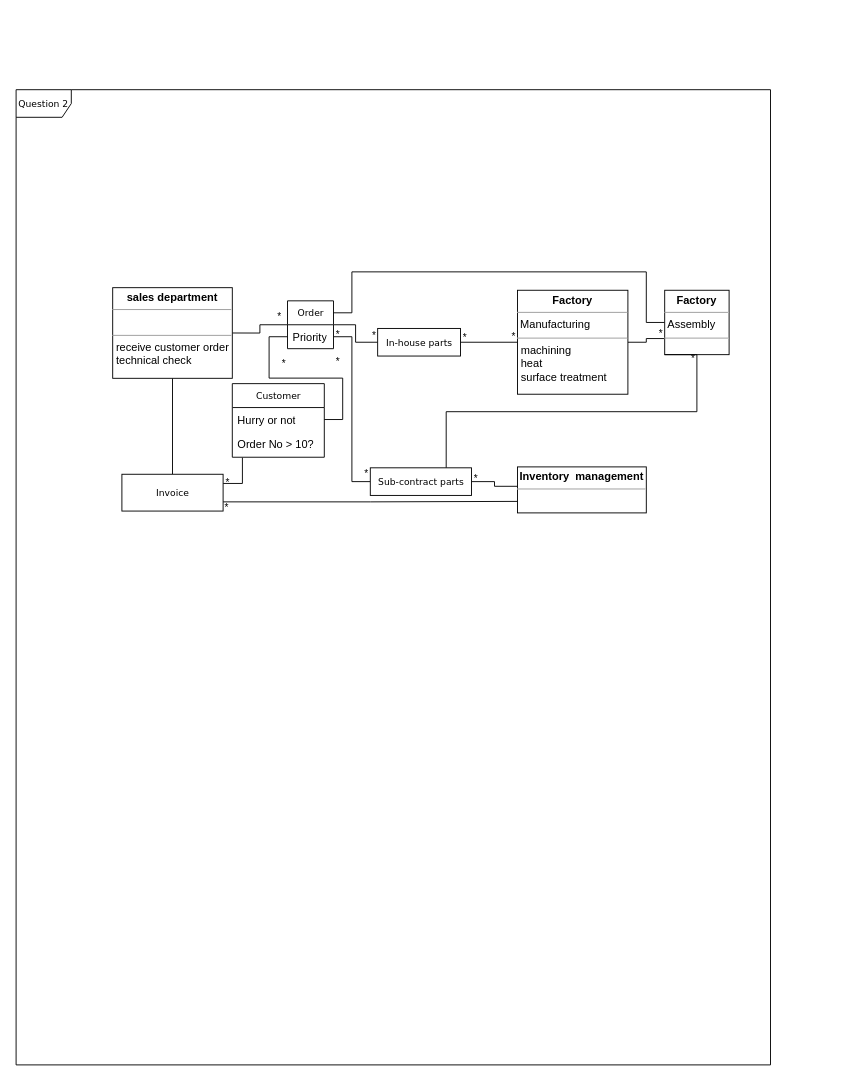
Above: UML_practice.drawio in lemonci/CS464 (draw.io), before the change. Source tidied: cells renumbered, new cells numbered last; positions are measured from the earlier drawing's top-left corner, leaving out a move shared by most shapes. Both pictures are drawn from the tidied source at 92%, with x=0, y=0 at pixel (16, 89).
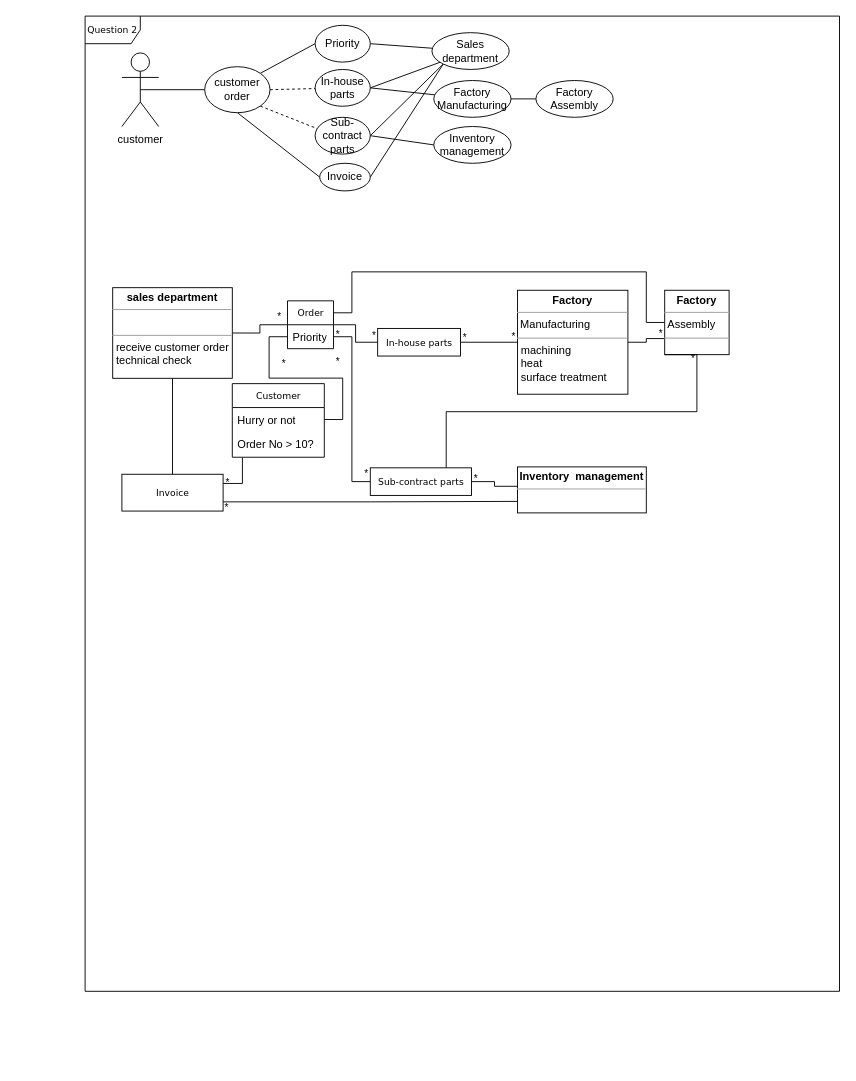
Above is the later version.

Diff of the diagram source:
```diff
@@
     <mxCell id="2" value="Question 2" style="shape=umlFrame;whiteSpace=wrap;html=1;rounded=0;shadow=0;comic=0;labelBackgroundColor=none;strokeWidth=1;fontFamily=Verdana;fontSize=10;align=center;" parent="1" vertex="1">
-      <mxGeometry width="820" height="1060" as="geometry" />
+      <mxGeometry x="75" y="-80" width="820" height="1060" as="geometry" />
     </mxCell>
@@
+    <mxCell id="40" style="edgeStyle=orthogonalEdgeStyle;rounded=0;jettySize=auto;html=1;exitX=0.5;exitY=0.5;exitDx=0;exitDy=0;exitPerimeter=0;endArrow=none;endFill=0;" parent="1" edge="1" source="41" target="46">
+      <mxGeometry relative="1" as="geometry" />
+    </mxCell>
+    <mxCell id="41" value="customer" style="shape=umlActor;verticalLabelPosition=bottom;verticalAlign=top;html=1;outlineConnect=0;" parent="1" vertex="1">
+      <mxGeometry x="115" y="-40" width="40" height="80" as="geometry" />
+    </mxCell>
+    <mxCell id="42" style="edgeStyle=none;rounded=0;jettySize=auto;html=1;exitX=1;exitY=0.5;exitDx=0;exitDy=0;dashed=1;endArrow=none;endFill=0;" parent="1" edge="1" source="46" target="51">
+      <mxGeometry relative="1" as="geometry" />
+    </mxCell>
+    <mxCell id="43" style="edgeStyle=none;rounded=0;jettySize=auto;html=1;exitX=1;exitY=1;exitDx=0;exitDy=0;entryX=0.067;entryY=0.325;entryDx=0;entryDy=0;entryPerimeter=0;dashed=1;endArrow=none;endFill=0;" parent="1" edge="1" source="46" target="54">
+      <mxGeometry relative="1" as="geometry" />
+    </mxCell>
+    <mxCell id="44" style="edgeStyle=none;rounded=0;jettySize=auto;html=1;exitX=1;exitY=0;exitDx=0;exitDy=0;entryX=0;entryY=0.5;entryDx=0;entryDy=0;endArrow=none;endFill=0;" parent="1" edge="1" source="46" target="48">
+      <mxGeometry relative="1" as="geometry" />
+    </mxCell>
+    <mxCell id="45" style="edgeStyle=none;rounded=0;jettySize=auto;html=1;exitX=0.5;exitY=1;exitDx=0;exitDy=0;entryX=0;entryY=0.5;entryDx=0;entryDy=0;endArrow=none;endFill=0;" parent="1" edge="1" source="46" target="61">
+      <mxGeometry relative="1" as="geometry" />
+    </mxCell>
+    <mxCell id="46" value="customer order" style="ellipse;whiteSpace=wrap;html=1;" parent="1" vertex="1">
+      <mxGeometry x="205" y="-25" width="71" height="50" as="geometry" />
+    </mxCell>
+    <mxCell id="47" style="edgeStyle=none;rounded=0;jettySize=auto;html=1;exitX=1;exitY=0.5;exitDx=0;exitDy=0;endArrow=none;endFill=0;" parent="1" edge="1" source="48" target="55">
+      <mxGeometry relative="1" as="geometry" />
+    </mxCell>
+    <mxCell id="48" value="Priority" style="ellipse;whiteSpace=wrap;html=1;" parent="1" vertex="1">
+      <mxGeometry x="325" y="-70" width="60" height="40" as="geometry" />
+    </mxCell>
+    <mxCell id="49" style="edgeStyle=none;rounded=0;jettySize=auto;html=1;exitX=1;exitY=0.5;exitDx=0;exitDy=0;endArrow=none;endFill=0;" parent="1" edge="1" source="51" target="55">
+      <mxGeometry relative="1" as="geometry" />
+    </mxCell>
+    <mxCell id="50" style="edgeStyle=none;rounded=0;jettySize=auto;html=1;exitX=1;exitY=0.5;exitDx=0;exitDy=0;endArrow=none;endFill=0;" parent="1" edge="1" source="51" target="57">
+      <mxGeometry relative="1" as="geometry" />
+    </mxCell>
+    <mxCell id="51" value="In-house parts" style="ellipse;whiteSpace=wrap;html=1;" parent="1" vertex="1">
+      <mxGeometry x="325" y="-22" width="60" height="40" as="geometry" />
+    </mxCell>
+    <mxCell id="52" style="edgeStyle=none;rounded=0;jettySize=auto;html=1;exitX=1;exitY=0.5;exitDx=0;exitDy=0;entryX=0;entryY=1;entryDx=0;entryDy=0;endArrow=none;endFill=0;" parent="1" edge="1" source="54" target="55">
+      <mxGeometry relative="1" as="geometry" />
+    </mxCell>
+    <mxCell id="53" style="edgeStyle=none;rounded=0;jettySize=auto;html=1;exitX=1;exitY=0.5;exitDx=0;exitDy=0;entryX=0;entryY=0.5;entryDx=0;entryDy=0;endArrow=none;endFill=0;" parent="1" edge="1" source="54" target="59">
+      <mxGeometry relative="1" as="geometry" />
+    </mxCell>
+    <mxCell id="54" value="Sub-contract parts" style="ellipse;whiteSpace=wrap;html=1;" parent="1" vertex="1">
+      <mxGeometry x="325" y="30" width="60" height="40" as="geometry" />
+    </mxCell>
+    <mxCell id="55" value="Sales department" style="ellipse;whiteSpace=wrap;html=1;" parent="1" vertex="1">
+      <mxGeometry x="452" y="-62" width="84" height="40" as="geometry" />
+    </mxCell>
+    <mxCell id="56" style="edgeStyle=none;rounded=0;jettySize=auto;html=1;exitX=1;exitY=0.5;exitDx=0;exitDy=0;entryX=0;entryY=0.5;entryDx=0;entryDy=0;endArrow=none;endFill=0;" parent="1" edge="1" source="57" target="58">
+      <mxGeometry relative="1" as="geometry" />
+    </mxCell>
+    <mxCell id="57" value="&lt;div&gt;Factory&lt;/div&gt;&lt;div&gt;Manufacturing&lt;br&gt;&lt;/div&gt;" style="ellipse;whiteSpace=wrap;html=1;" parent="1" vertex="1">
+      <mxGeometry x="454" y="-10" width="84" height="40" as="geometry" />
+    </mxCell>
+    <mxCell id="58" value="&lt;div&gt;Factory&lt;/div&gt;&lt;div&gt;Assembly&lt;br&gt;&lt;/div&gt;" style="ellipse;whiteSpace=wrap;html=1;" parent="1" vertex="1">
+      <mxGeometry x="565" y="-10" width="84" height="40" as="geometry" />
+    </mxCell>
+    <mxCell id="59" value="Inventory management" style="ellipse;whiteSpace=wrap;html=1;" parent="1" vertex="1">
+      <mxGeometry x="454" y="40" width="84" height="40" as="geometry" />
+    </mxCell>
+    <mxCell id="60" style="edgeStyle=none;rounded=0;jettySize=auto;html=1;exitX=1;exitY=0.5;exitDx=0;exitDy=0;entryX=0;entryY=1;entryDx=0;entryDy=0;endArrow=none;endFill=0;" parent="1" edge="1" source="61" target="55">
+      <mxGeometry relative="1" as="geometry" />
+    </mxCell>
+    <mxCell id="61" value="Invoice" style="ellipse;whiteSpace=wrap;html=1;" parent="1" vertex="1">
+      <mxGeometry x="330" y="80" width="55" height="30" as="geometry" />
+    </mxCell>
```
